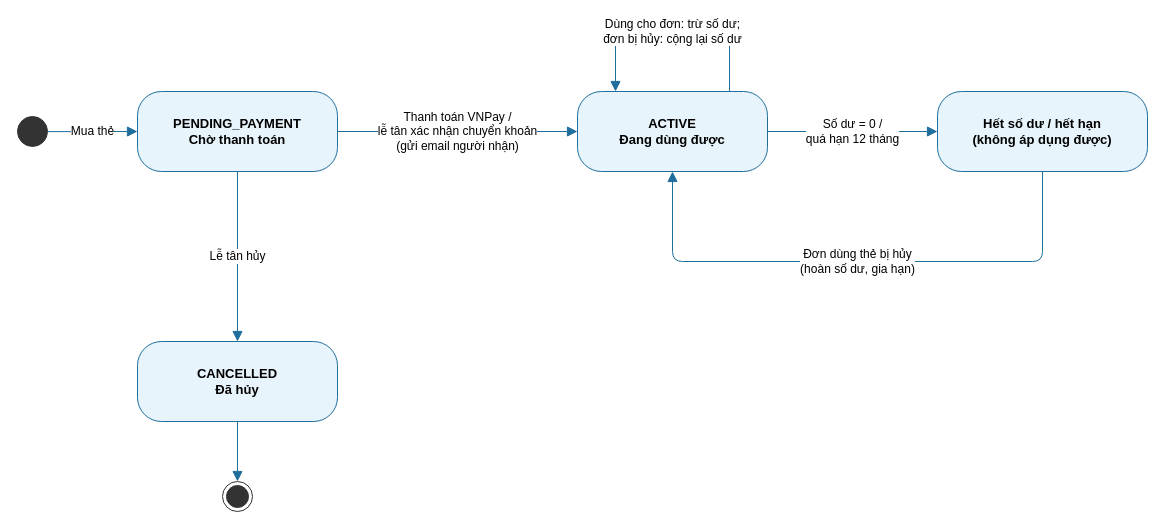
ngynquchn2511/beach-hotel keeps this draw.io diagram as docs/thiet-ke/tt-the-qua-tang.drawio. Above is the earlier version. Source tidied: cells renumbered, new cells numbered last; positions are measured from the earlier drawing's top-left corner, leaving out a move shared by most shapes. Both pictures are drawn from the tidied source at 100%, with x=0, y=0 at pixel (17, 31).
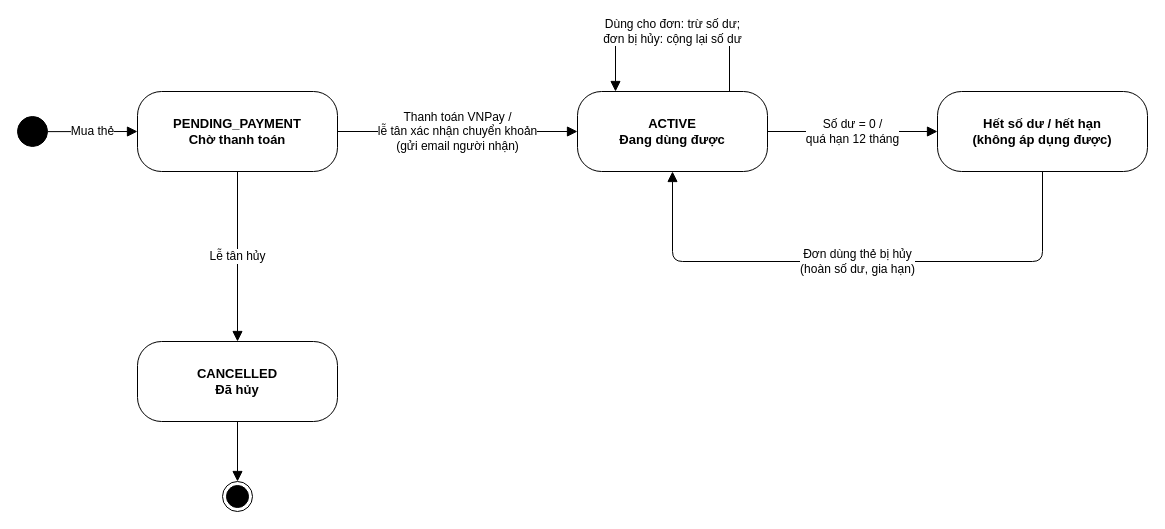
The same diagram, later.

What changed in the source:
```diff
@@
 <mxGraphModel>
   <root>
     <mxCell id="0" />
     <mxCell id="1" parent="0" />
-    <mxCell id="2" style="ellipse;html=1;fillColor=#333333;strokeColor=#333333;" parent="1" vertex="1">
+    <mxCell id="2" style="ellipse;html=1;fillColor=#000000;strokeColor=#000000;" parent="1" vertex="1">
       <mxGeometry y="85" width="30" height="30" as="geometry" />
     </mxCell>
-    <mxCell id="3" value="PENDING_PAYMENT&lt;br&gt;Chờ thanh toán" style="rounded=1;whiteSpace=wrap;html=1;arcSize=30;fillColor=#E8F4FB;strokeColor=#1F6E9C;fontSize=13;fontStyle=1;" parent="1" vertex="1">
+    <mxCell id="3" value="PENDING_PAYMENT&lt;br&gt;Chờ thanh toán" style="rounded=1;whiteSpace=wrap;html=1;arcSize=30;fillColor=#FFFFFF;strokeColor=#000000;fontSize=13;fontStyle=1;" parent="1" vertex="1">
       <mxGeometry x="120" y="60" width="200" height="80" as="geometry" />
     </mxCell>
-    <mxCell id="4" value="ACTIVE&lt;br&gt;Đang dùng được" style="rounded=1;whiteSpace=wrap;html=1;arcSize=30;fillColor=#E8F4FB;strokeColor=#1F6E9C;fontSize=13;fontStyle=1;" parent="1" vertex="1">
+    <mxCell id="4" value="ACTIVE&lt;br&gt;Đang dùng được" style="rounded=1;whiteSpace=wrap;html=1;arcSize=30;fillColor=#FFFFFF;strokeColor=#000000;fontSize=13;fontStyle=1;" parent="1" vertex="1">
       <mxGeometry x="560" y="60" width="190" height="80" as="geometry" />
     </mxCell>
-    <mxCell id="5" value="CANCELLED&lt;br&gt;Đã hủy" style="rounded=1;whiteSpace=wrap;html=1;arcSize=30;fillColor=#E8F4FB;strokeColor=#1F6E9C;fontSize=13;fontStyle=1;" parent="1" vertex="1">
+    <mxCell id="5" value="CANCELLED&lt;br&gt;Đã hủy" style="rounded=1;whiteSpace=wrap;html=1;arcSize=30;fillColor=#FFFFFF;strokeColor=#000000;fontSize=13;fontStyle=1;" parent="1" vertex="1">
       <mxGeometry x="120" y="310" width="200" height="80" as="geometry" />
     </mxCell>
-    <mxCell id="6" value="Hết số dư / hết hạn&lt;br&gt;(không áp dụng được)" style="rounded=1;whiteSpace=wrap;html=1;arcSize=30;fillColor=#E8F4FB;strokeColor=#1F6E9C;fontSize=13;fontStyle=1;" parent="1" vertex="1">
+    <mxCell id="6" value="Hết số dư / hết hạn&lt;br&gt;(không áp dụng được)" style="rounded=1;whiteSpace=wrap;html=1;arcSize=30;fillColor=#FFFFFF;strokeColor=#000000;fontSize=13;fontStyle=1;" parent="1" vertex="1">
       <mxGeometry x="920" y="60" width="210" height="80" as="geometry" />
     </mxCell>
-    <mxCell id="7" style="ellipse;html=1;shape=endState;fillColor=#333333;strokeColor=#333333;" parent="1" vertex="1">
+    <mxCell id="7" style="ellipse;html=1;shape=endState;fillColor=#000000;strokeColor=#000000;" parent="1" vertex="1">
       <mxGeometry x="205" y="450" width="30" height="30" as="geometry" />
     </mxCell>
-    <mxCell id="8" value="Mua thẻ" style="html=1;endArrow=block;endFill=1;endSize=8;strokeColor=#1F6E9C;fontSize=12;labelBackgroundColor=#FFFFFF;" parent="1" edge="1" source="2" target="3">
+    <mxCell id="8" value="Mua thẻ" style="html=1;endArrow=block;endFill=1;endSize=8;strokeColor=#000000;fontSize=12;labelBackgroundColor=#FFFFFF;" parent="1" edge="1" source="2" target="3">
       <mxGeometry relative="1" as="geometry" />
     </mxCell>
-    <mxCell id="9" value="Thanh toán VNPay /&lt;br&gt;lễ tân xác nhận chuyển khoản&lt;br&gt;(gửi email người nhận)" style="html=1;endArrow=block;endFill=1;endSize=8;strokeColor=#1F6E9C;fontSize=12;labelBackgroundColor=#FFFFFF;" parent="1" edge="1" source="3" target="4">
+    <mxCell id="9" value="Thanh toán VNPay /&lt;br&gt;lễ tân xác nhận chuyển khoản&lt;br&gt;(gửi email người nhận)" style="html=1;endArrow=block;endFill=1;endSize=8;strokeColor=#000000;fontSize=12;labelBackgroundColor=#FFFFFF;" parent="1" edge="1" source="3" target="4">
       <mxGeometry relative="1" as="geometry" />
     </mxCell>
-    <mxCell id="10" value="Lễ tân hủy" style="html=1;endArrow=block;endFill=1;endSize=8;strokeColor=#1F6E9C;fontSize=12;labelBackgroundColor=#FFFFFF;" parent="1" edge="1" source="3" target="5">
+    <mxCell id="10" value="Lễ tân hủy" style="html=1;endArrow=block;endFill=1;endSize=8;strokeColor=#000000;fontSize=12;labelBackgroundColor=#FFFFFF;" parent="1" edge="1" source="3" target="5">
       <mxGeometry relative="1" as="geometry" />
     </mxCell>
-    <mxCell id="11" value="Dùng cho đơn: trừ số dư;&lt;br&gt;đơn bị hủy: cộng lại số dư" style="html=1;endArrow=block;endFill=1;endSize=8;strokeColor=#1F6E9C;fontSize=12;labelBackgroundColor=#FFFFFF;exitX=0.8;exitY=0;exitDx=0;exitDy=0;entryX=0.2;entryY=0;entryDx=0;entryDy=0;" parent="1" edge="1" source="4" target="4">
+    <mxCell id="11" value="Dùng cho đơn: trừ số dư;&lt;br&gt;đơn bị hủy: cộng lại số dư" style="html=1;endArrow=block;endFill=1;endSize=8;strokeColor=#000000;fontSize=12;labelBackgroundColor=#FFFFFF;exitX=0.8;exitY=0;exitDx=0;exitDy=0;entryX=0.2;entryY=0;entryDx=0;entryDy=0;" parent="1" edge="1" source="4" target="4">
       <mxGeometry relative="1" as="geometry">
         <Array as="points">
           <mxPoint x="712" />
           <mxPoint x="598" />
         </Array>
       </mxGeometry>
     </mxCell>
-    <mxCell id="12" value="Số dư = 0 /&lt;br&gt;quá hạn 12 tháng" style="html=1;endArrow=block;endFill=1;endSize=8;strokeColor=#1F6E9C;fontSize=12;labelBackgroundColor=#FFFFFF;" parent="1" edge="1" source="4" target="6">
+    <mxCell id="12" value="Số dư = 0 /&lt;br&gt;quá hạn 12 tháng" style="html=1;endArrow=block;endFill=1;endSize=8;strokeColor=#000000;fontSize=12;labelBackgroundColor=#FFFFFF;" parent="1" edge="1" source="4" target="6">
       <mxGeometry relative="1" as="geometry" />
     </mxCell>
-    <mxCell id="13" value="Đơn dùng thẻ bị hủy&lt;br&gt;(hoàn số dư, gia hạn)" style="html=1;endArrow=block;endFill=1;endSize=8;strokeColor=#1F6E9C;fontSize=12;labelBackgroundColor=#FFFFFF;exitX=0.5;exitY=1;exitDx=0;exitDy=0;entryX=0.5;entryY=1;entryDx=0;entryDy=0;" parent="1" edge="1" source="6" target="4">
+    <mxCell id="13" value="Đơn dùng thẻ bị hủy&lt;br&gt;(hoàn số dư, gia hạn)" style="html=1;endArrow=block;endFill=1;endSize=8;strokeColor=#000000;fontSize=12;labelBackgroundColor=#FFFFFF;exitX=0.5;exitY=1;exitDx=0;exitDy=0;entryX=0.5;entryY=1;entryDx=0;entryDy=0;" parent="1" edge="1" source="6" target="4">
       <mxGeometry relative="1" as="geometry">
         <Array as="points">
           <mxPoint x="1025" y="230" />
           <mxPoint x="655" y="230" />
         </Array>
       </mxGeometry>
     </mxCell>
-    <mxCell id="14" style="html=1;endArrow=block;endFill=1;endSize=8;strokeColor=#1F6E9C;fontSize=12;labelBackgroundColor=#FFFFFF;" parent="1" edge="1" source="5" target="7">
+    <mxCell id="14" style="html=1;endArrow=block;endFill=1;endSize=8;strokeColor=#000000;fontSize=12;labelBackgroundColor=#FFFFFF;" parent="1" edge="1" source="5" target="7">
       <mxGeometry relative="1" as="geometry" />
     </mxCell>
   </root>
 </mxGraphModel>
```
